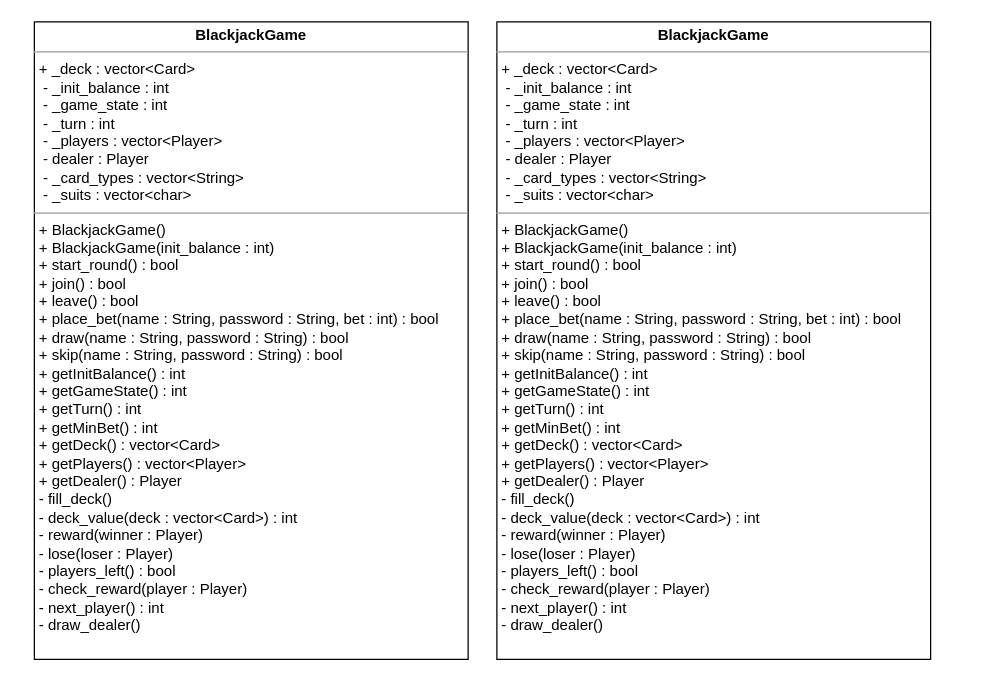
Above: docs/Implementation Details/implementation_details.drawio in christiangoerdes/Blackjack (draw.io), before the change. Source tidied: cells renumbered, new cells numbered last; positions are measured from the earlier drawing's top-left corner, leaving out a move shared by most shapes. Both pictures are drawn from the tidied source at 125%, with x=0, y=0 at pixel (34, 21).
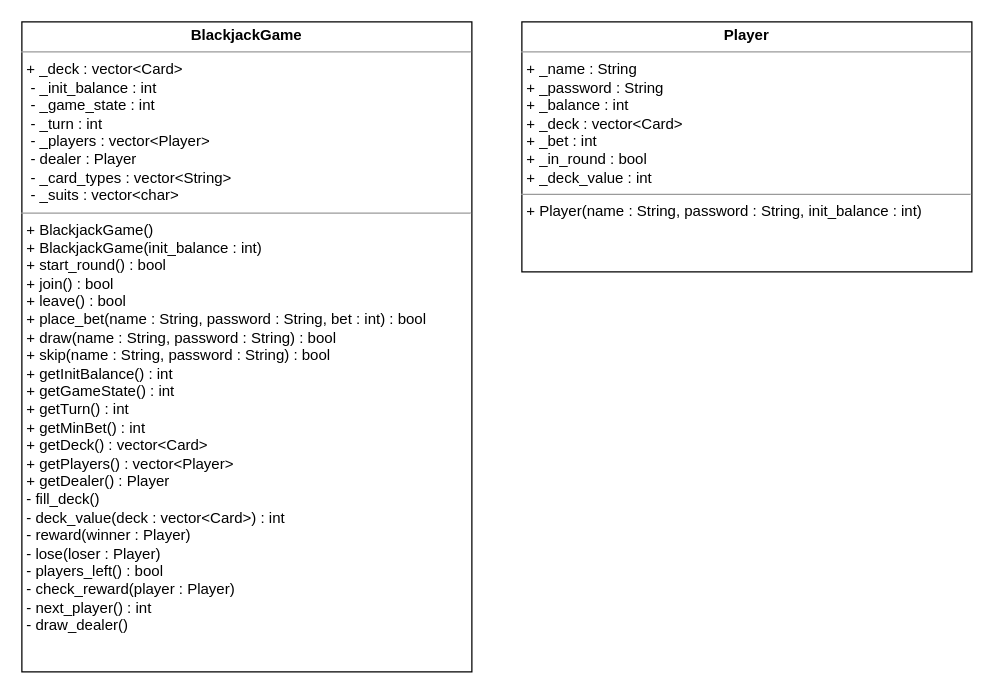
The same page after the edit.

Commit message:
added UML for Player class

What changed in the source:
```diff
@@
 <mxGraphModel>
   <root>
     <mxCell id="0" />
     <mxCell id="1" parent="0" />
     <mxCell id="2" value="&lt;p style=&quot;margin:0px;margin-top:4px;text-align:center;&quot;&gt;&lt;b&gt;BlackjackGame&lt;/b&gt;&lt;/p&gt;&lt;hr size=&quot;1&quot;&gt;&lt;p style=&quot;margin:0px;margin-left:4px;&quot;&gt;+ _deck : vector&amp;lt;Card&amp;gt;&amp;nbsp;&lt;/p&gt;&lt;p style=&quot;margin:0px;margin-left:4px;&quot;&gt;&amp;nbsp;- _init_balance : int&lt;/p&gt;&lt;p style=&quot;margin:0px;margin-left:4px;&quot;&gt;&amp;nbsp;- _game_state : int&lt;/p&gt;&lt;p style=&quot;margin:0px;margin-left:4px;&quot;&gt;&amp;nbsp;- _turn : int&lt;/p&gt;&lt;p style=&quot;margin:0px;margin-left:4px;&quot;&gt;&lt;span style=&quot;background-color: initial;&quot;&gt;&amp;nbsp;- _players : vector&amp;lt;Player&amp;gt;&lt;/span&gt;&lt;/p&gt;&lt;p style=&quot;margin:0px;margin-left:4px;&quot;&gt;&lt;span style=&quot;background-color: initial;&quot;&gt;&amp;nbsp;- dealer : Player&lt;/span&gt;&lt;/p&gt;&lt;p style=&quot;margin:0px;margin-left:4px;&quot;&gt;&lt;span style=&quot;background-color: initial;&quot;&gt;&amp;nbsp;- _card_types : vector&amp;lt;String&amp;gt;&lt;/span&gt;&lt;/p&gt;&lt;p style=&quot;margin:0px;margin-left:4px;&quot;&gt;&lt;span style=&quot;background-color: initial;&quot;&gt;&amp;nbsp;- _suits : vector&amp;lt;char&amp;gt;&lt;/span&gt;&lt;/p&gt;&lt;hr size=&quot;1&quot;&gt;&lt;p style=&quot;margin:0px;margin-left:4px;&quot;&gt;+ BlackjackGame()&lt;/p&gt;&lt;p style=&quot;margin:0px;margin-left:4px;&quot;&gt;+ BlackjackGame(init_balance : int)&lt;/p&gt;&lt;p style=&quot;margin:0px;margin-left:4px;&quot;&gt;+ start_round() : bool&lt;/p&gt;&lt;p style=&quot;margin:0px;margin-left:4px;&quot;&gt;+ join() : bool&lt;/p&gt;&lt;p style=&quot;margin:0px;margin-left:4px;&quot;&gt;+ leave() : bool&lt;/p&gt;&lt;p style=&quot;margin:0px;margin-left:4px;&quot;&gt;+ place_bet(name : String, password : String, bet : int) : bool&lt;/p&gt;&lt;p style=&quot;margin:0px;margin-left:4px;&quot;&gt;+ draw(name : String, password : String) : bool&lt;/p&gt;&lt;p style=&quot;margin:0px;margin-left:4px;&quot;&gt;+ skip(name : String, password : String) : bool&lt;/p&gt;&lt;p style=&quot;margin:0px;margin-left:4px;&quot;&gt;+ getInitBalance() : int&lt;/p&gt;&lt;p style=&quot;margin:0px;margin-left:4px;&quot;&gt;+ getGameState() : int&lt;/p&gt;&lt;p style=&quot;margin:0px;margin-left:4px;&quot;&gt;+ getTurn() : int&lt;/p&gt;&lt;p style=&quot;margin:0px;margin-left:4px;&quot;&gt;+ getMinBet() : int&lt;/p&gt;&lt;p style=&quot;margin:0px;margin-left:4px;&quot;&gt;+ getDeck() : vector&amp;lt;Card&amp;gt;&lt;/p&gt;&lt;p style=&quot;margin:0px;margin-left:4px;&quot;&gt;+ getPlayers() : vector&amp;lt;Player&amp;gt;&lt;/p&gt;&lt;p style=&quot;margin:0px;margin-left:4px;&quot;&gt;+ getDealer() : Player&lt;/p&gt;&lt;p style=&quot;margin:0px;margin-left:4px;&quot;&gt;- fill_deck()&lt;/p&gt;&lt;p style=&quot;margin:0px;margin-left:4px;&quot;&gt;- deck_value(deck : vector&amp;lt;Card&amp;gt;) : int&lt;/p&gt;&lt;p style=&quot;margin:0px;margin-left:4px;&quot;&gt;- reward(winner : Player)&amp;nbsp;&lt;/p&gt;&lt;p style=&quot;margin:0px;margin-left:4px;&quot;&gt;- lose(loser : Player)&amp;nbsp;&lt;/p&gt;&lt;p style=&quot;margin:0px;margin-left:4px;&quot;&gt;- players_left() : bool&lt;/p&gt;&lt;p style=&quot;margin:0px;margin-left:4px;&quot;&gt;- check_reward(player : Player)&lt;/p&gt;&lt;p style=&quot;margin:0px;margin-left:4px;&quot;&gt;- next_player() : int&lt;/p&gt;&lt;p style=&quot;margin:0px;margin-left:4px;&quot;&gt;- draw_dealer()&lt;/p&gt;&lt;p style=&quot;margin:0px;margin-left:4px;&quot;&gt;&lt;br&gt;&lt;/p&gt;&lt;p style=&quot;margin:0px;margin-left:4px;&quot;&gt;&lt;br&gt;&lt;/p&gt;&lt;p style=&quot;margin:0px;margin-left:4px;&quot;&gt;&lt;br&gt;&lt;/p&gt;&lt;p style=&quot;margin:0px;margin-left:4px;&quot;&gt;&lt;br&gt;&lt;/p&gt;" style="verticalAlign=top;align=left;overflow=fill;fontSize=12;fontFamily=Helvetica;html=1;whiteSpace=wrap;" parent="1" vertex="1">
-      <mxGeometry width="347" height="510" as="geometry" />
+      <mxGeometry x="-10" width="360" height="520" as="geometry" />
     </mxCell>
-    <mxCell id="3" value="&lt;p style=&quot;margin:0px;margin-top:4px;text-align:center;&quot;&gt;&lt;b&gt;BlackjackGame&lt;/b&gt;&lt;/p&gt;&lt;hr size=&quot;1&quot;&gt;&lt;p style=&quot;margin:0px;margin-left:4px;&quot;&gt;+ _deck : vector&amp;lt;Card&amp;gt;&amp;nbsp;&lt;/p&gt;&lt;p style=&quot;margin:0px;margin-left:4px;&quot;&gt;&amp;nbsp;- _init_balance : int&lt;/p&gt;&lt;p style=&quot;margin:0px;margin-left:4px;&quot;&gt;&amp;nbsp;- _game_state : int&lt;/p&gt;&lt;p style=&quot;margin:0px;margin-left:4px;&quot;&gt;&amp;nbsp;- _turn : int&lt;/p&gt;&lt;p style=&quot;margin:0px;margin-left:4px;&quot;&gt;&lt;span style=&quot;background-color: initial;&quot;&gt;&amp;nbsp;- _players : vector&amp;lt;Player&amp;gt;&lt;/span&gt;&lt;/p&gt;&lt;p style=&quot;margin:0px;margin-left:4px;&quot;&gt;&lt;span style=&quot;background-color: initial;&quot;&gt;&amp;nbsp;- dealer : Player&lt;/span&gt;&lt;/p&gt;&lt;p style=&quot;margin:0px;margin-left:4px;&quot;&gt;&lt;span style=&quot;background-color: initial;&quot;&gt;&amp;nbsp;- _card_types : vector&amp;lt;String&amp;gt;&lt;/span&gt;&lt;/p&gt;&lt;p style=&quot;margin:0px;margin-left:4px;&quot;&gt;&lt;span style=&quot;background-color: initial;&quot;&gt;&amp;nbsp;- _suits : vector&amp;lt;char&amp;gt;&lt;/span&gt;&lt;/p&gt;&lt;hr size=&quot;1&quot;&gt;&lt;p style=&quot;margin:0px;margin-left:4px;&quot;&gt;+ BlackjackGame()&lt;/p&gt;&lt;p style=&quot;margin:0px;margin-left:4px;&quot;&gt;+ BlackjackGame(init_balance : int)&lt;/p&gt;&lt;p style=&quot;margin:0px;margin-left:4px;&quot;&gt;+ start_round() : bool&lt;/p&gt;&lt;p style=&quot;margin:0px;margin-left:4px;&quot;&gt;+ join() : bool&lt;/p&gt;&lt;p style=&quot;margin:0px;margin-left:4px;&quot;&gt;+ leave() : bool&lt;/p&gt;&lt;p style=&quot;margin:0px;margin-left:4px;&quot;&gt;+ place_bet(name : String, password : String, bet : int) : bool&lt;/p&gt;&lt;p style=&quot;margin:0px;margin-left:4px;&quot;&gt;+ draw(name : String, password : String) : bool&lt;/p&gt;&lt;p style=&quot;margin:0px;margin-left:4px;&quot;&gt;+ skip(name : String, password : String) : bool&lt;/p&gt;&lt;p style=&quot;margin:0px;margin-left:4px;&quot;&gt;+ getInitBalance() : int&lt;/p&gt;&lt;p style=&quot;margin:0px;margin-left:4px;&quot;&gt;+ getGameState() : int&lt;/p&gt;&lt;p style=&quot;margin:0px;margin-left:4px;&quot;&gt;+ getTurn() : int&lt;/p&gt;&lt;p style=&quot;margin:0px;margin-left:4px;&quot;&gt;+ getMinBet() : int&lt;/p&gt;&lt;p style=&quot;margin:0px;margin-left:4px;&quot;&gt;+ getDeck() : vector&amp;lt;Card&amp;gt;&lt;/p&gt;&lt;p style=&quot;margin:0px;margin-left:4px;&quot;&gt;+ getPlayers() : vector&amp;lt;Player&amp;gt;&lt;/p&gt;&lt;p style=&quot;margin:0px;margin-left:4px;&quot;&gt;+ getDealer() : Player&lt;/p&gt;&lt;p style=&quot;margin:0px;margin-left:4px;&quot;&gt;- fill_deck()&lt;/p&gt;&lt;p style=&quot;margin:0px;margin-left:4px;&quot;&gt;- deck_value(deck : vector&amp;lt;Card&amp;gt;) : int&lt;/p&gt;&lt;p style=&quot;margin:0px;margin-left:4px;&quot;&gt;- reward(winner : Player)&amp;nbsp;&lt;/p&gt;&lt;p style=&quot;margin:0px;margin-left:4px;&quot;&gt;- lose(loser : Player)&amp;nbsp;&lt;/p&gt;&lt;p style=&quot;margin:0px;margin-left:4px;&quot;&gt;- players_left() : bool&lt;/p&gt;&lt;p style=&quot;margin:0px;margin-left:4px;&quot;&gt;- check_reward(player : Player)&lt;/p&gt;&lt;p style=&quot;margin:0px;margin-left:4px;&quot;&gt;- next_player() : int&lt;/p&gt;&lt;p style=&quot;margin:0px;margin-left:4px;&quot;&gt;- draw_dealer()&lt;/p&gt;&lt;p style=&quot;margin:0px;margin-left:4px;&quot;&gt;&lt;br&gt;&lt;/p&gt;&lt;p style=&quot;margin:0px;margin-left:4px;&quot;&gt;&lt;br&gt;&lt;/p&gt;&lt;p style=&quot;margin:0px;margin-left:4px;&quot;&gt;&lt;br&gt;&lt;/p&gt;&lt;p style=&quot;margin:0px;margin-left:4px;&quot;&gt;&lt;br&gt;&lt;/p&gt;" style="verticalAlign=top;align=left;overflow=fill;fontSize=12;fontFamily=Helvetica;html=1;whiteSpace=wrap;" parent="1" vertex="1">
-      <mxGeometry x="370" width="347" height="510" as="geometry" />
+    <mxCell id="3" value="&lt;p style=&quot;margin:0px;margin-top:4px;text-align:center;&quot;&gt;&lt;b&gt;Player&lt;/b&gt;&lt;/p&gt;&lt;hr size=&quot;1&quot;&gt;&lt;p style=&quot;margin:0px;margin-left:4px;&quot;&gt;+ _name : String&lt;br&gt;&lt;/p&gt;&lt;p style=&quot;margin:0px;margin-left:4px;&quot;&gt;+ _password : String&lt;/p&gt;&lt;p style=&quot;margin:0px;margin-left:4px;&quot;&gt;+ _balance : int&lt;/p&gt;&lt;p style=&quot;margin:0px;margin-left:4px;&quot;&gt;+ _deck : vector&amp;lt;Card&amp;gt;&lt;/p&gt;&lt;p style=&quot;margin:0px;margin-left:4px;&quot;&gt;+ _bet : int&lt;/p&gt;&lt;p style=&quot;margin:0px;margin-left:4px;&quot;&gt;+ _in_round : bool&lt;/p&gt;&lt;p style=&quot;margin:0px;margin-left:4px;&quot;&gt;+ _deck_value : int&lt;/p&gt;&lt;hr size=&quot;1&quot;&gt;&lt;p style=&quot;margin:0px;margin-left:4px;&quot;&gt;+ Player(name : String, password : String, init_balance : int)&lt;/p&gt;&lt;p style=&quot;margin:0px;margin-left:4px;&quot;&gt;&lt;br&gt;&lt;/p&gt;&lt;p style=&quot;margin:0px;margin-left:4px;&quot;&gt;&lt;br&gt;&lt;/p&gt;&lt;p style=&quot;margin:0px;margin-left:4px;&quot;&gt;&lt;br&gt;&lt;/p&gt;&lt;p style=&quot;margin:0px;margin-left:4px;&quot;&gt;&lt;br&gt;&lt;/p&gt;" style="verticalAlign=top;align=left;overflow=fill;fontSize=12;fontFamily=Helvetica;html=1;whiteSpace=wrap;" parent="1" vertex="1">
+      <mxGeometry x="390" width="360" height="200" as="geometry" />
     </mxCell>
   </root>
 </mxGraphModel>
```
